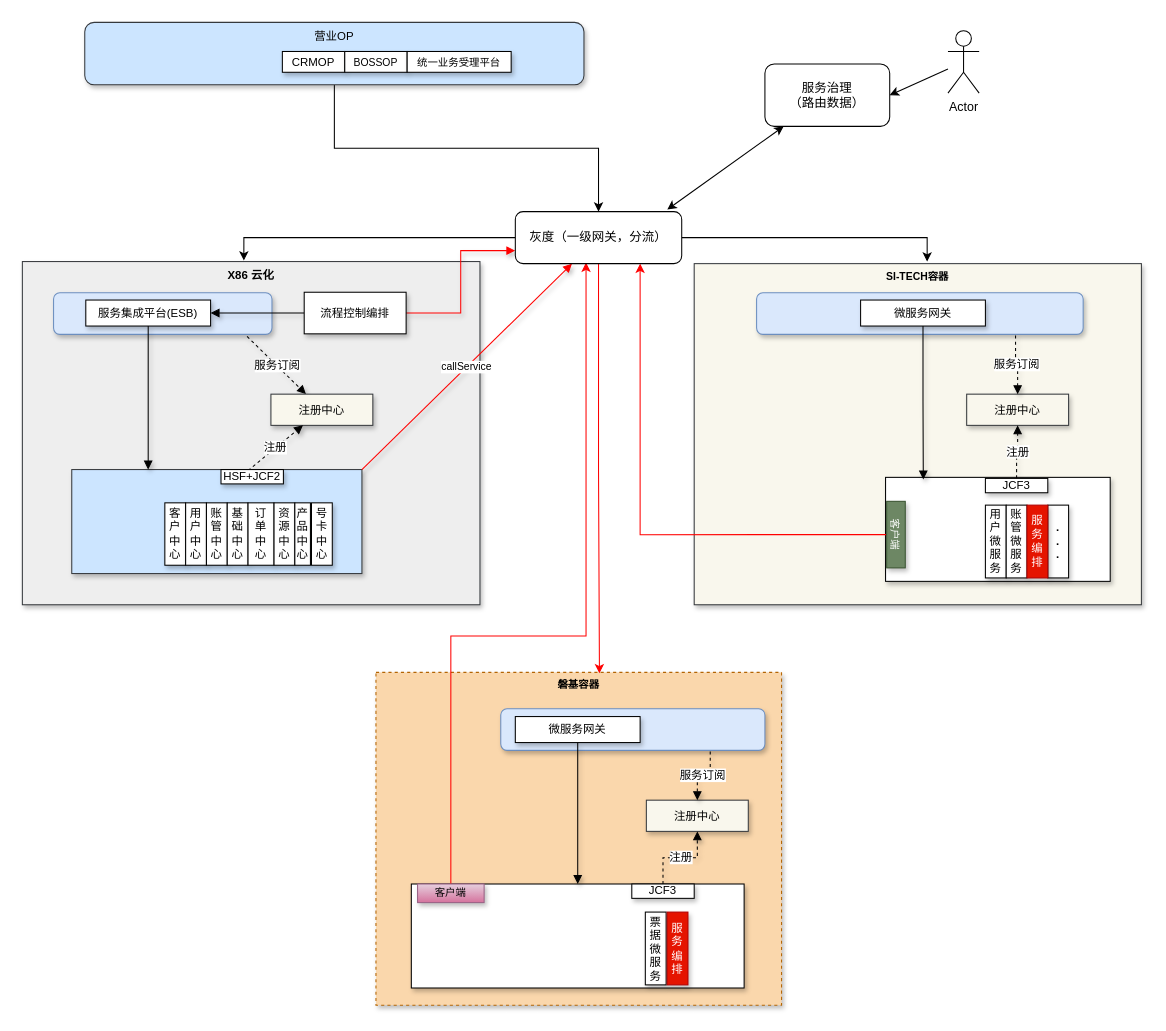
Above: page "安徽移动系统地图" (8 of 11) of 微服务.drawio in qymmdj/draw-io (draw.io), before the change. Source tidied: cells renumbered, new cells numbered last; positions are measured from the earlier drawing's top-left corner, leaving out a move shared by most shapes. Both pictures are drawn from the tidied source at 104%, with x=0, y=0 at pixel (22, 22).
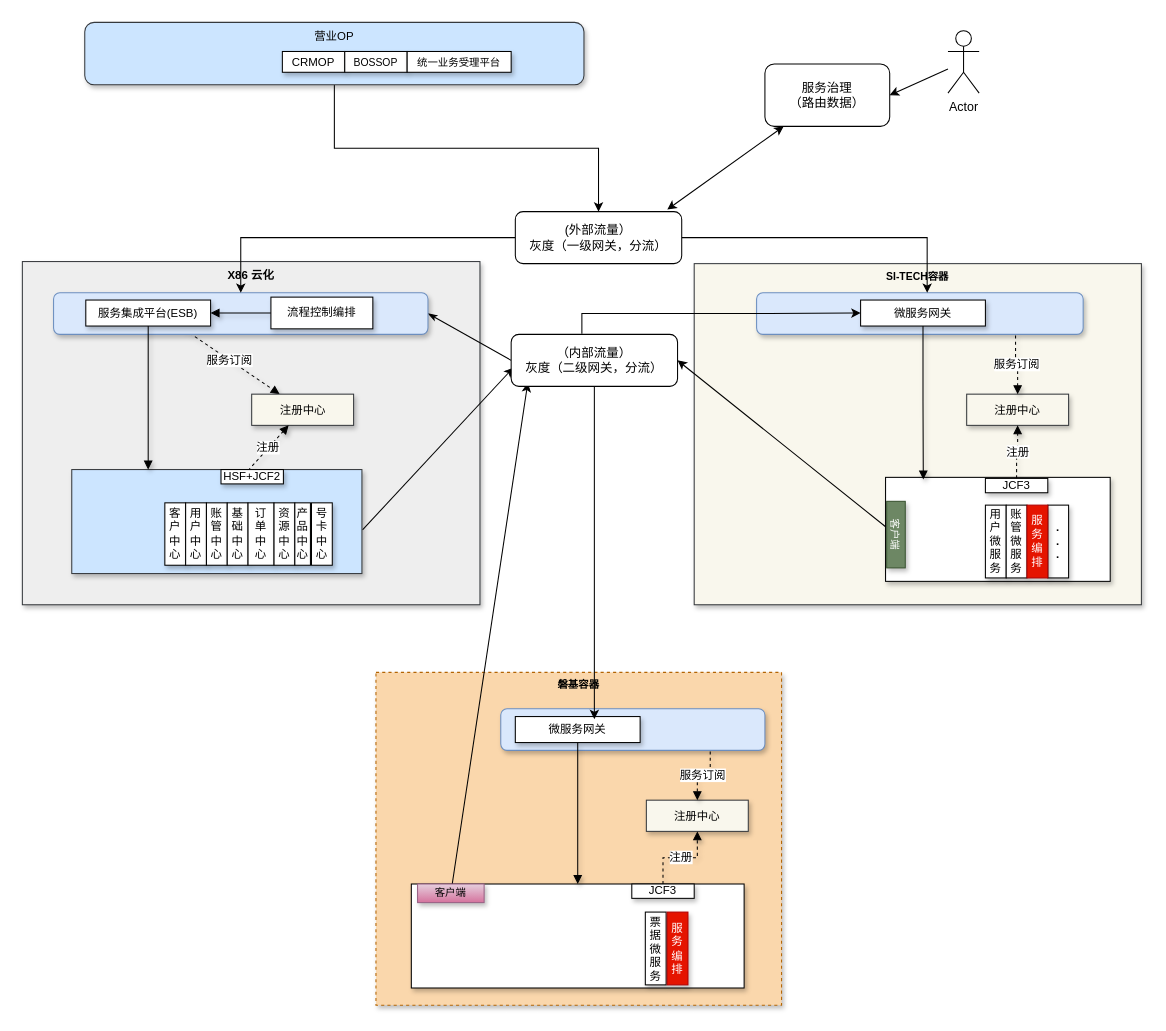
Above is the later version.

Unchanged cells that the change refers to:
```xml
<mxCell id="2" value="磐基容器" style="rounded=0;whiteSpace=wrap;html=1;shadow=1;fontSize=10;fillColor=#fad7ac;strokeColor=#b46504;verticalAlign=top;fontStyle=1;dashed=1;" parent="1" vertex="1">
  <mxGeometry x="340" y="625" width="390" height="320" as="geometry" />
</mxCell>
<mxCell id="4" value="X86 云化" style="rounded=0;whiteSpace=wrap;html=1;shadow=1;fontSize=11;fillColor=#eeeeee;strokeColor=#36393d;verticalAlign=top;fontStyle=1;" parent="1" vertex="1">
  <mxGeometry y="230" width="440" height="330" as="geometry" />
</mxCell>
<mxCell id="5" style="rounded=0;whiteSpace=wrap;html=1;shadow=1;fontSize=11;fillColor=#cce5ff;strokeColor=#36393d;" parent="1" vertex="1">
  <mxGeometry x="47.5" y="430" width="279" height="100" as="geometry" />
</mxCell>
<mxCell id="14" value="服务集成平台(ESB)" style="rounded=0;whiteSpace=wrap;html=1;shadow=1;fontSize=11;" parent="1" vertex="1">
  <mxGeometry x="61" y="267" width="120" height="25" as="geometry" />
</mxCell>
<mxCell id="31" style="rounded=1;whiteSpace=wrap;html=1;shadow=1;fontSize=11;fillColor=#dae8fc;strokeColor=#6c8ebf;align=left;fontStyle=1;" parent="1" vertex="1">
  <mxGeometry x="706" y="260" width="314" height="40" as="geometry" />
</mxCell>
<mxCell id="33" value="微服务网关" style="rounded=0;whiteSpace=wrap;html=1;shadow=1;fontSize=11;" parent="1" vertex="1">
  <mxGeometry x="806" y="267" width="120" height="25" as="geometry" />
</mxCell>
<mxCell id="42" value="&lt;span style=&quot;font-size: 10px;&quot;&gt;客户端&lt;/span&gt;" style="rounded=0;whiteSpace=wrap;html=1;shadow=1;fontSize=11;rotation=90;fillColor=#6d8764;strokeColor=#3A5431;fontColor=#ffffff;" parent="1" vertex="1">
  <mxGeometry x="808" y="483.6" width="64" height="17.9" as="geometry" />
</mxCell>
<mxCell id="53" value="&lt;span style=&quot;font-size: 10px;&quot;&gt;客户端&lt;/span&gt;" style="rounded=0;whiteSpace=wrap;html=1;shadow=1;fontSize=11;rotation=0;fillColor=#e6d0de;strokeColor=#996185;gradientColor=#d5739d;" parent="1" vertex="1">
  <mxGeometry x="380" y="828.5" width="64" height="17.9" as="geometry" />
</mxCell>
```

Diff of the diagram source:
```diff
@@
+    <mxCell id="64" style="rounded=0;jettySize=auto;html=1;entryX=0;entryY=0.5;entryDx=0;entryDy=0;startArrow=classicThin;startFill=1;exitX=1;exitY=0.5;exitDx=0;exitDy=0;endArrow=none;endFill=0;strokeColor=#000000;" parent="1" edge="1" source="7" target="70">
+      <mxGeometry relative="1" as="geometry" />
+    </mxCell>
+    <mxCell id="65" style="edgeStyle=none;rounded=0;jettySize=auto;html=1;entryX=0.013;entryY=0.64;entryDx=0;entryDy=0;entryPerimeter=0;startArrow=none;startFill=0;endArrow=classic;endFill=1;exitX=1.002;exitY=0.58;exitDx=0;exitDy=0;exitPerimeter=0;strokeColor=#000000;" parent="1" edge="1" source="5" target="70">
+      <mxGeometry relative="1" as="geometry" />
+    </mxCell>
@@
-    <mxCell id="6" value="服务订阅" style="rounded=0;jettySize=auto;html=1;shadow=1;fontSize=11;startArrow=none;startFill=0;endArrow=block;endFill=1;dashed=1;exitX=0.886;exitY=1.05;exitDx=0;exitDy=0;exitPerimeter=0;" parent="1" edge="1" source="7" target="23">
+    <mxCell id="6" value="服务订阅" style="rounded=0;jettySize=auto;html=1;shadow=1;fontSize=11;startArrow=none;startFill=0;endArrow=block;endFill=1;dashed=1;exitX=0.75;exitY=1;exitDx=0;exitDy=0;" parent="1" edge="1" source="14" target="23">
       <mxGeometry relative="1" as="geometry" />
     </mxCell>
     <mxCell id="7" style="rounded=1;whiteSpace=wrap;html=1;shadow=1;fontSize=11;fillColor=#dae8fc;strokeColor=#6c8ebf;align=left;fontStyle=1;" parent="1" vertex="1">
-      <mxGeometry x="30" y="260" width="210" height="40" as="geometry" />
+      <mxGeometry x="30" y="260" width="360" height="40" as="geometry" />
     </mxCell>
@@
     <mxCell id="23" value="注册中心" style="rounded=0;whiteSpace=wrap;html=1;shadow=1;fontSize=11;fillColor=#f9f7ed;strokeColor=#36393d;" parent="1" vertex="1">
-      <mxGeometry x="239" y="357.5" width="98" height="30" as="geometry" />
+      <mxGeometry x="220.5" y="357.5" width="98" height="30" as="geometry" />
     </mxCell>
@@
-    <mxCell id="27" style="edgeStyle=orthogonalEdgeStyle;rounded=0;jettySize=auto;html=1;entryX=0;entryY=0.75;entryDx=0;entryDy=0;shadow=1;fontSize=10;startArrow=none;startFill=0;endArrow=block;endFill=1;strokeColor=#FF0000;" parent="1" edge="1" source="28" target="57">
-      <mxGeometry relative="1" as="geometry" />
-    </mxCell>
     <mxCell id="28" value="流程控制编排" style="rounded=0;whiteSpace=wrap;html=1;shadow=1;fontSize=11;" parent="1" vertex="1">
-      <mxGeometry x="271" y="259.5" width="98" height="40" as="geometry" />
+      <mxGeometry x="239" y="264.2" width="98" height="30.5" as="geometry" />
     </mxCell>
-    <mxCell id="29" value="callService" style="rounded=0;jettySize=auto;html=1;shadow=1;fontSize=10;startArrow=none;startFill=0;endArrow=block;endFill=1;exitX=1;exitY=0;exitDx=0;exitDy=0;strokeColor=#FF0000;" parent="1" edge="1" source="5" target="57">
-      <mxGeometry relative="1" as="geometry" />
-    </mxCell>
+    <mxCell id="66" style="rounded=0;jettySize=auto;html=1;entryX=1;entryY=0.5;entryDx=0;entryDy=0;exitX=0.382;exitY=1.056;exitDx=0;exitDy=0;exitPerimeter=0;strokeColor=#000000;" parent="1" edge="1" source="42" target="70">
+      <mxGeometry relative="1" as="geometry" />
+    </mxCell>
@@
-    <mxCell id="41" style="edgeStyle=orthogonalEdgeStyle;rounded=0;jettySize=auto;html=1;entryX=0.75;entryY=1;entryDx=0;entryDy=0;strokeColor=#FF0000;" parent="1" edge="1" source="42" target="57">
-      <mxGeometry relative="1" as="geometry" />
-    </mxCell>
@@
-    <mxCell id="52" style="edgeStyle=orthogonalEdgeStyle;rounded=0;jettySize=auto;html=1;entryX=0.425;entryY=0.98;entryDx=0;entryDy=0;entryPerimeter=0;strokeColor=#FF0000;" parent="1" edge="1" source="53" target="57">
-      <mxGeometry relative="1" as="geometry">
-        <Array as="points">
-          <mxPoint x="412" y="590" />
-          <mxPoint x="542" y="590" />
-        </Array>
-      </mxGeometry>
-    </mxCell>
+    <mxCell id="67" style="rounded=0;jettySize=auto;html=1;entryX=0.1;entryY=0.93;entryDx=0;entryDy=0;entryPerimeter=0;strokeColor=#000000;" parent="1" edge="1" source="53" target="70">
+      <mxGeometry relative="1" as="geometry" />
+    </mxCell>
@@
-    <mxCell id="54" style="edgeStyle=orthogonalEdgeStyle;rounded=0;jettySize=auto;html=1;entryX=0.484;entryY=-0.003;entryDx=0;entryDy=0;entryPerimeter=0;" parent="1" edge="1" source="57" target="4">
+    <mxCell id="54" style="edgeStyle=orthogonalEdgeStyle;rounded=0;jettySize=auto;html=1;" parent="1" edge="1" source="57" target="7">
       <mxGeometry relative="1" as="geometry" />
     </mxCell>
-    <mxCell id="55" style="edgeStyle=orthogonalEdgeStyle;rounded=0;jettySize=auto;html=1;" parent="1" edge="1" source="57">
+    <mxCell id="55" style="edgeStyle=orthogonalEdgeStyle;rounded=0;jettySize=auto;html=1;" parent="1" edge="1" source="57" target="31">
       <mxGeometry relative="1" as="geometry">
-        <mxPoint x="870" y="230" as="targetPoint" />
         <Array as="points">
           <mxPoint x="870" y="207" />
         </Array>
       </mxGeometry>
     </mxCell>
-    <mxCell id="56" style="edgeStyle=orthogonalEdgeStyle;rounded=0;jettySize=auto;html=1;entryX=0.551;entryY=0.003;entryDx=0;entryDy=0;entryPerimeter=0;strokeColor=#FF0000;" parent="1" edge="1" source="57" target="2">
-      <mxGeometry relative="1" as="geometry" />
-    </mxCell>
-    <mxCell id="57" value="灰度（一级网关，分流）" style="rounded=1;whiteSpace=wrap;html=1;" parent="1" vertex="1">
+    <mxCell id="57" value="(外部流量）&lt;br&gt;灰度（一级网关，分流）" style="rounded=1;whiteSpace=wrap;html=1;" parent="1" vertex="1">
       <mxGeometry x="474" y="182" width="160" height="50" as="geometry" />
     </mxCell>
@@
+    <mxCell id="68" style="edgeStyle=orthogonalEdgeStyle;rounded=0;jettySize=auto;html=1;entryX=0;entryY=0.5;entryDx=0;entryDy=0;exitX=0.425;exitY=-0.01;exitDx=0;exitDy=0;exitPerimeter=0;strokeColor=#000000;" parent="1" edge="1" source="70" target="33">
+      <mxGeometry relative="1" as="geometry">
+        <Array as="points">
+          <mxPoint x="538" y="280" />
+          <mxPoint x="718" y="280" />
+        </Array>
+      </mxGeometry>
+    </mxCell>
+    <mxCell id="69" style="edgeStyle=orthogonalEdgeStyle;rounded=0;jettySize=auto;html=1;strokeColor=#000000;" parent="1" edge="1" source="70">
+      <mxGeometry relative="1" as="geometry">
+        <mxPoint x="550" y="670" as="targetPoint" />
+      </mxGeometry>
+    </mxCell>
+    <mxCell id="70" value="（内部流量）&lt;br&gt;灰度（二级网关，分流）" style="rounded=1;whiteSpace=wrap;html=1;" parent="1" vertex="1">
+      <mxGeometry x="470" y="300" width="160" height="50" as="geometry" />
+    </mxCell>
```
